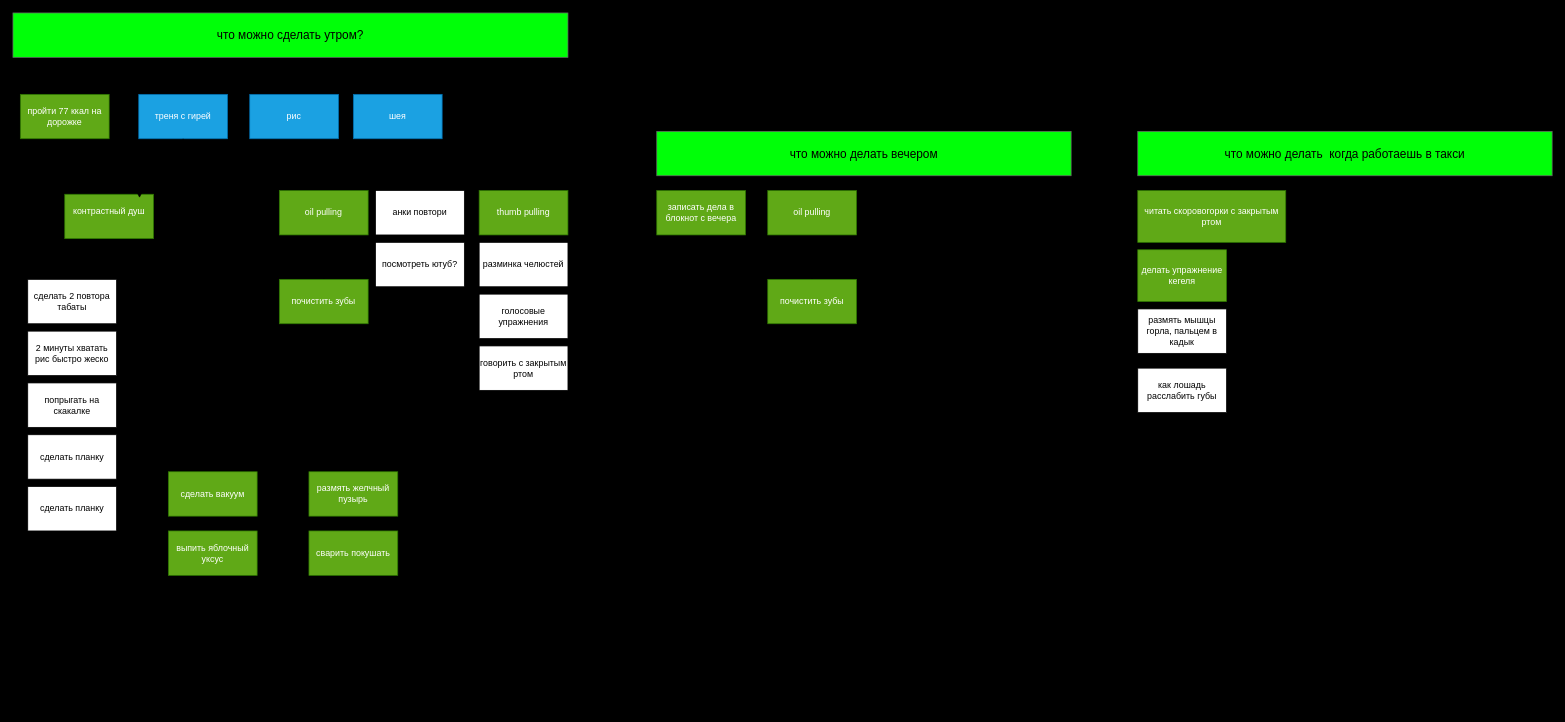
Above: test.drawio in terminatorec/drawio_files (draw.io), before the change. Source tidied: cells renumbered, new cells numbered last; positions are measured from the earlier drawing's top-left corner, leaving out a move shared by most shapes. Both pictures are drawn from the tidied source at 74%, with x=0, y=0 at pixel (13, 13).
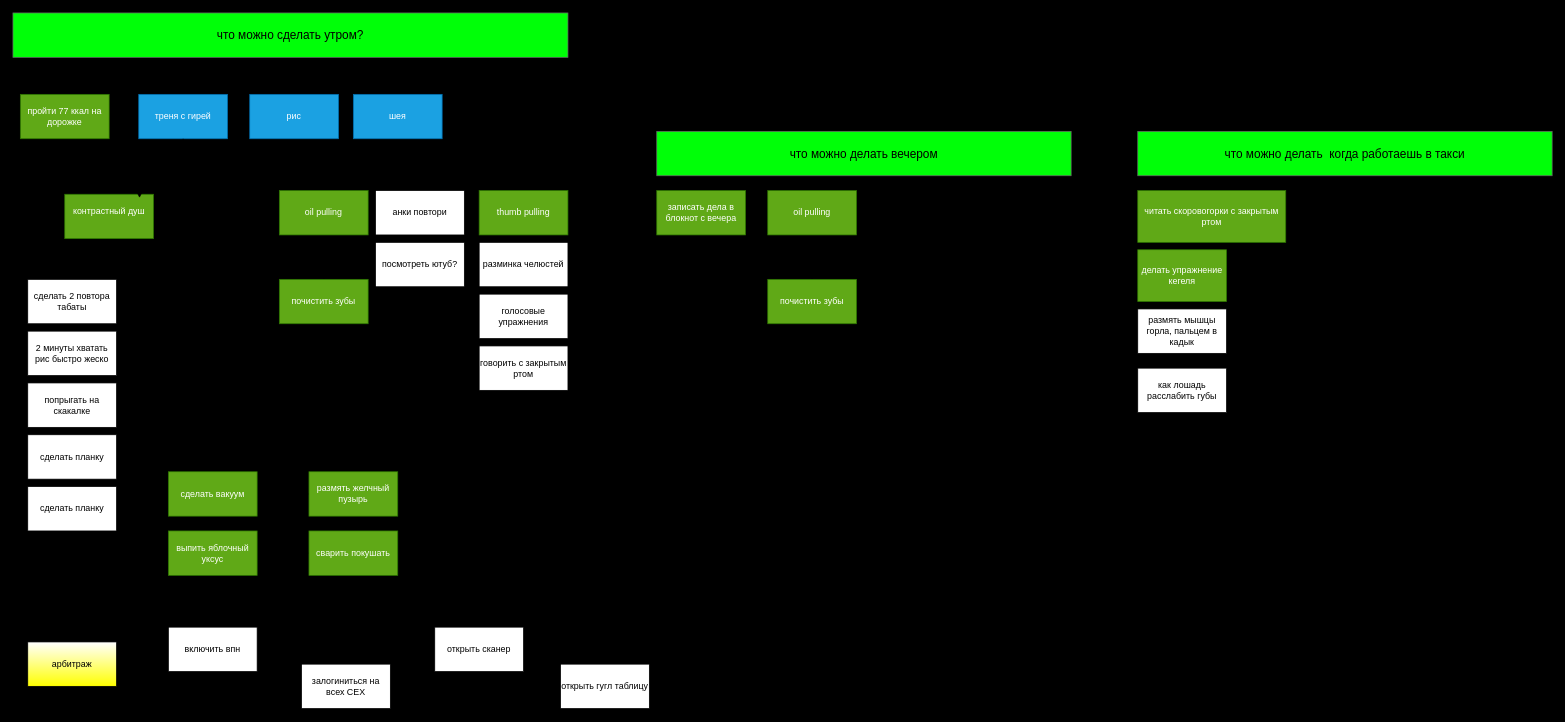
The same page after the edit.

What changed in the source:
```diff
@@
+    <mxCell id="42" style="edgeStyle=orthogonalEdgeStyle;rounded=0;jettySize=auto;html=1;entryX=0;entryY=0.5;entryDx=0;entryDy=0;" parent="1" edge="1" source="43" target="45">
+      <mxGeometry relative="1" as="geometry" />
+    </mxCell>
+    <mxCell id="43" value="арбитраж" style="rounded=0;whiteSpace=wrap;html=1;labelBackgroundColor=none;glass=0;shadow=0;gradientColor=#FFFF00;" parent="1" vertex="1">
+      <mxGeometry x="20" y="850" width="120" height="60" as="geometry" />
+    </mxCell>
+    <mxCell id="44" style="edgeStyle=orthogonalEdgeStyle;rounded=0;jettySize=auto;html=1;entryX=0;entryY=0.5;entryDx=0;entryDy=0;" parent="1" edge="1" source="45" target="47">
+      <mxGeometry relative="1" as="geometry" />
+    </mxCell>
+    <mxCell id="45" value="включить впн" style="rounded=0;whiteSpace=wrap;html=1;labelBackgroundColor=none;" parent="1" vertex="1">
+      <mxGeometry x="210" y="830" width="120" height="60" as="geometry" />
+    </mxCell>
+    <mxCell id="46" style="edgeStyle=orthogonalEdgeStyle;rounded=0;jettySize=auto;html=1;entryX=0;entryY=0.5;entryDx=0;entryDy=0;" parent="1" edge="1" source="47" target="49">
+      <mxGeometry relative="1" as="geometry" />
+    </mxCell>
+    <mxCell id="47" value="залогиниться на всех CEX" style="rounded=0;whiteSpace=wrap;html=1;labelBackgroundColor=none;" parent="1" vertex="1">
+      <mxGeometry x="390" y="880" width="120" height="60" as="geometry" />
+    </mxCell>
+    <mxCell id="48" style="edgeStyle=orthogonalEdgeStyle;rounded=0;jettySize=auto;html=1;entryX=0;entryY=0.5;entryDx=0;entryDy=0;" parent="1" edge="1" source="49" target="50">
+      <mxGeometry relative="1" as="geometry" />
+    </mxCell>
+    <mxCell id="49" value="открыть сканер" style="rounded=0;whiteSpace=wrap;html=1;labelBackgroundColor=none;" parent="1" vertex="1">
+      <mxGeometry x="570" y="830" width="120" height="60" as="geometry" />
+    </mxCell>
+    <mxCell id="50" value="открыть гугл таблицу" style="rounded=0;whiteSpace=wrap;html=1;labelBackgroundColor=none;" parent="1" vertex="1">
+      <mxGeometry x="740" y="880" width="120" height="60" as="geometry" />
+    </mxCell>
```
